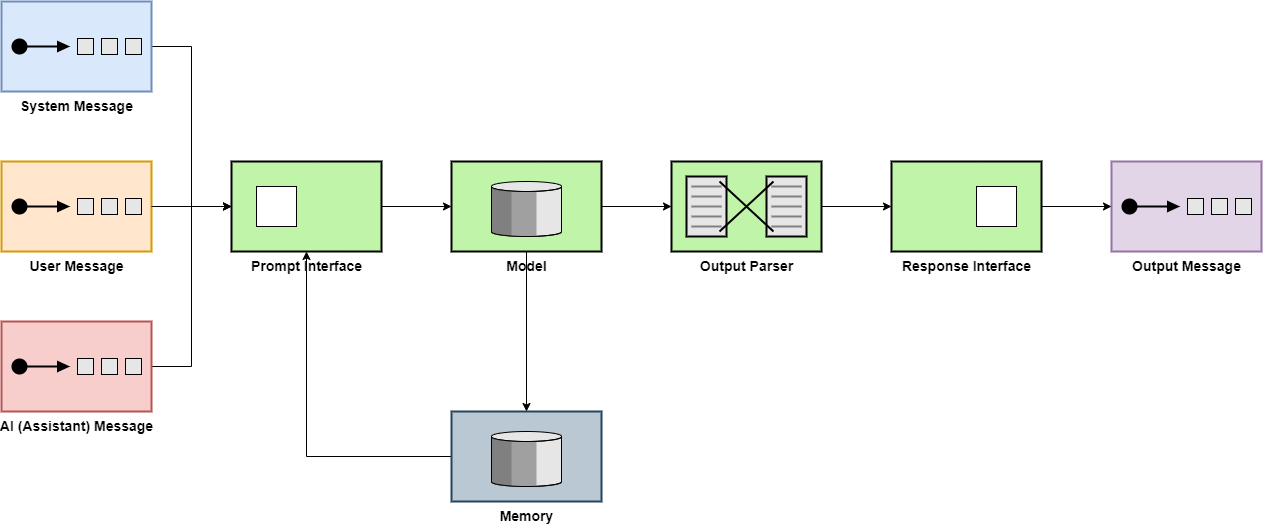
hsienhsinlee/ws2-defenders keeps this draw.io diagram as incident-response/images/LLM application with memory.png. Above is the earlier version. Source tidied: cells renumbered, new cells last; positions are measured from the earlier drawing's top-left corner, leaving out a move shared by most shapes.
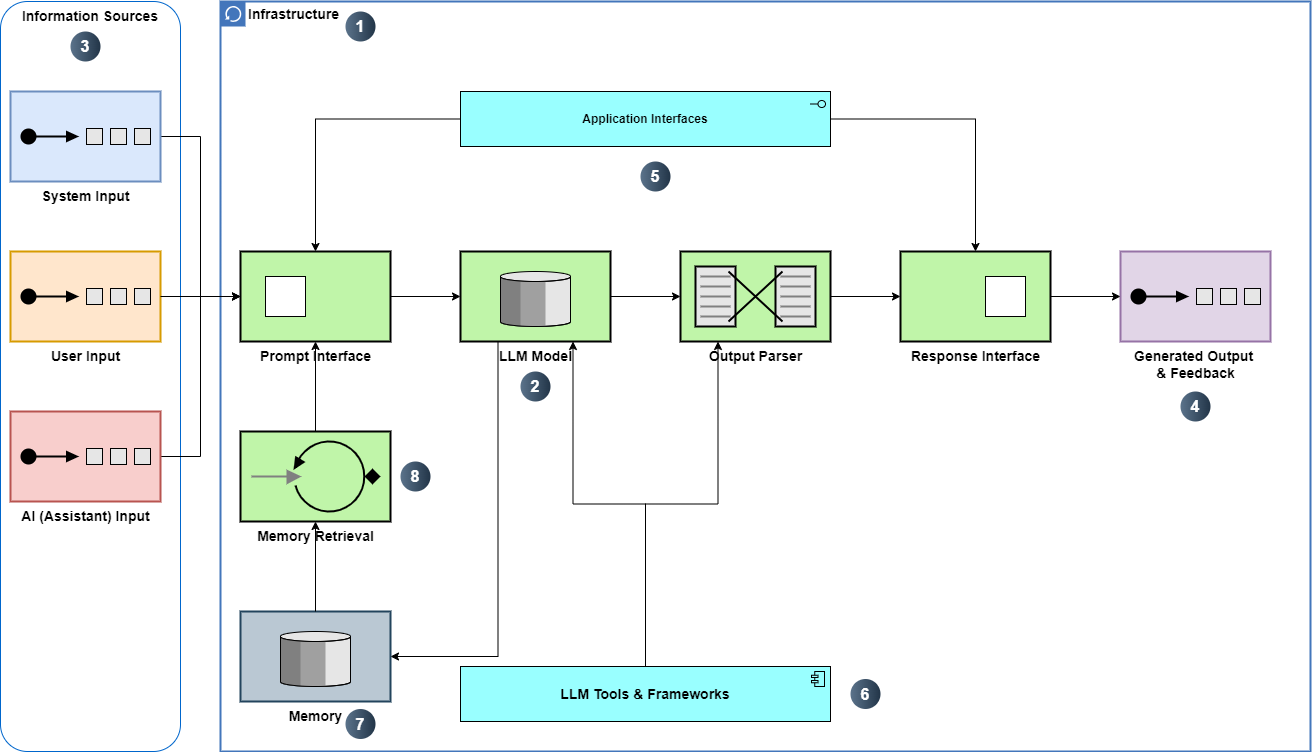
After the change.

The edit, as a diff of the source:
```diff
@@ -2,65 +2,122 @@
   <root>
     <mxCell id="0" />
     <mxCell id="1" parent="0" />
+    <mxCell id="22" style="rounded=1;whiteSpace=wrap;html=1;strokeColor=#0066CC;" parent="1" vertex="1">
+      <mxGeometry x="-10" y="-70" width="180" height="750" as="geometry" />
+    </mxCell>
+    <mxCell id="23" value="&lt;b&gt;&lt;font style=&quot;font-size: 14px;&quot;&gt;Infrastructure&lt;/font&gt;&lt;/b&gt;" style="shape=mxgraph.ibm.box;prType=classic;fontStyle=0;verticalAlign=top;align=left;spacingLeft=32;spacingTop=4;fillColor=none;rounded=0;whiteSpace=wrap;html=1;strokeColor=#4376BB;strokeWidth=2;dashed=0;spacing=-4;" parent="1" vertex="1">
+      <mxGeometry x="210" y="-70" width="1090" height="750" as="geometry" />
+    </mxCell>
-    <mxCell id="2" style="edgeStyle=orthogonalEdgeStyle;rounded=0;jettySize=auto;html=1;exitX=1;exitY=0.5;exitDx=0;exitDy=0;exitPerimeter=0;entryX=0;entryY=0.5;entryDx=0;entryDy=0;" parent="1" edge="1" source="3" target="6">
+    <mxCell id="2" style="edgeStyle=orthogonalEdgeStyle;rounded=0;jettySize=auto;html=1;exitX=1;exitY=0.5;exitDx=0;exitDy=0;exitPerimeter=0;entryX=0;entryY=0.5;entryDx=0;entryDy=0;" parent="23" edge="1" source="3" target="6">
       <mxGeometry relative="1" as="geometry" />
     </mxCell>
-    <mxCell id="3" value="&lt;font style=&quot;font-size: 14px;&quot;&gt;&lt;b style=&quot;&quot;&gt;System Message&lt;/b&gt;&lt;/font&gt;" style="html=1;strokeWidth=2;outlineConnect=0;dashed=0;align=center;fontSize=8;verticalLabelPosition=bottom;verticalAlign=top;shape=mxgraph.eip.test_message;fillColor=#dae8fc;strokeColor=#6c8ebf;" parent="1" vertex="1">
-      <mxGeometry width="150" height="90" as="geometry" />
+    <mxCell id="3" value="&lt;font style=&quot;font-size: 14px;&quot;&gt;&lt;b style=&quot;&quot;&gt;System Input&lt;/b&gt;&lt;/font&gt;" style="html=1;strokeWidth=2;outlineConnect=0;dashed=0;align=center;fontSize=8;verticalLabelPosition=bottom;verticalAlign=top;shape=mxgraph.eip.test_message;fillColor=#dae8fc;strokeColor=#6c8ebf;" parent="23" vertex="1">
+      <mxGeometry x="-210" y="90" width="150" height="90" as="geometry" />
     </mxCell>
-    <mxCell id="4" value="&lt;font style=&quot;font-size: 14px;&quot;&gt;&lt;b style=&quot;&quot;&gt;User Message&lt;/b&gt;&lt;/font&gt;" style="html=1;strokeWidth=2;outlineConnect=0;dashed=0;align=center;fontSize=8;verticalLabelPosition=bottom;verticalAlign=top;shape=mxgraph.eip.test_message;fillColor=#ffe6cc;strokeColor=#d79b00;" parent="1" vertex="1">
-      <mxGeometry y="160" width="150" height="90" as="geometry" />
+    <mxCell id="4" value="&lt;font style=&quot;font-size: 14px;&quot;&gt;&lt;b style=&quot;&quot;&gt;User Input&lt;/b&gt;&lt;/font&gt;" style="html=1;strokeWidth=2;outlineConnect=0;dashed=0;align=center;fontSize=8;verticalLabelPosition=bottom;verticalAlign=top;shape=mxgraph.eip.test_message;fillColor=#ffe6cc;strokeColor=#d79b00;" parent="23" vertex="1">
+      <mxGeometry x="-210" y="250" width="150" height="90" as="geometry" />
     </mxCell>
-    <mxCell id="5" style="edgeStyle=orthogonalEdgeStyle;rounded=0;jettySize=auto;html=1;exitX=1;exitY=0.5;exitDx=0;exitDy=0;" parent="1" edge="1" source="6" target="9">
+    <mxCell id="5" style="edgeStyle=orthogonalEdgeStyle;rounded=0;jettySize=auto;html=1;exitX=1;exitY=0.5;exitDx=0;exitDy=0;" parent="23" edge="1" source="6" target="9">
       <mxGeometry relative="1" as="geometry" />
     </mxCell>
-    <mxCell id="6" value="&lt;font style=&quot;font-size: 14px;&quot;&gt;&lt;b style=&quot;&quot;&gt;Prompt Interface&lt;/b&gt;&lt;/font&gt;" style="strokeWidth=2;dashed=0;align=center;fontSize=8;shape=rect;verticalLabelPosition=bottom;verticalAlign=top;fillColor=#c0f5a9;html=1;" parent="1" vertex="1">
-      <mxGeometry x="230" y="160" width="150" height="90" as="geometry" />
+    <mxCell id="6" value="&lt;font style=&quot;font-size: 14px;&quot;&gt;&lt;b style=&quot;&quot;&gt;Prompt Interface&lt;/b&gt;&lt;/font&gt;" style="strokeWidth=2;dashed=0;align=center;fontSize=8;shape=rect;verticalLabelPosition=bottom;verticalAlign=top;fillColor=#c0f5a9;html=1;" parent="23" vertex="1">
+      <mxGeometry x="20" y="250" width="150" height="90" as="geometry" />
     </mxCell>
     <mxCell id="7" style="html=1;strokeWidth=1;dashed=0;align=center;fontSize=8;shape=rect;" parent="6" vertex="1">
       <mxGeometry x="25" y="25" width="40" height="40" as="geometry" />
     </mxCell>
-    <mxCell id="8" style="edgeStyle=orthogonalEdgeStyle;rounded=0;jettySize=auto;html=1;exitX=1;exitY=0.5;exitDx=0;exitDy=0;exitPerimeter=0;entryX=0;entryY=0.5;entryDx=0;entryDy=0;" parent="1" edge="1" source="4" target="6">
+    <mxCell id="8" style="edgeStyle=orthogonalEdgeStyle;rounded=0;jettySize=auto;html=1;exitX=1;exitY=0.5;exitDx=0;exitDy=0;exitPerimeter=0;entryX=0;entryY=0.5;entryDx=0;entryDy=0;" parent="23" edge="1" source="4" target="6">
       <mxGeometry relative="1" as="geometry" />
     </mxCell>
-    <mxCell id="9" value="&lt;b&gt;&lt;font style=&quot;font-size: 14px;&quot;&gt;Model&lt;/font&gt;&lt;/b&gt;" style="html=1;strokeWidth=2;outlineConnect=0;dashed=0;align=center;fontSize=8;verticalLabelPosition=bottom;verticalAlign=top;shape=mxgraph.eip.message_store;fillColor=#c0f5a9;" parent="1" vertex="1">
-      <mxGeometry x="450" y="160" width="150" height="90" as="geometry" />
+    <mxCell id="9" value="&lt;b&gt;&lt;font style=&quot;font-size: 14px;&quot;&gt;LLM Model&lt;/font&gt;&lt;/b&gt;" style="html=1;strokeWidth=2;outlineConnect=0;dashed=0;align=center;fontSize=8;verticalLabelPosition=bottom;verticalAlign=top;shape=mxgraph.eip.message_store;fillColor=#c0f5a9;" parent="23" vertex="1">
+      <mxGeometry x="240" y="250" width="150" height="90" as="geometry" />
     </mxCell>
-    <mxCell id="10" style="edgeStyle=orthogonalEdgeStyle;rounded=0;jettySize=auto;html=1;exitX=1;exitY=0.5;exitDx=0;exitDy=0;exitPerimeter=0;entryX=0;entryY=0.5;entryDx=0;entryDy=0;" parent="1" edge="1" source="11" target="13">
+    <mxCell id="10" style="edgeStyle=orthogonalEdgeStyle;rounded=0;jettySize=auto;html=1;exitX=1;exitY=0.5;exitDx=0;exitDy=0;exitPerimeter=0;entryX=0;entryY=0.5;entryDx=0;entryDy=0;" parent="23" edge="1" source="11" target="13">
       <mxGeometry relative="1" as="geometry" />
     </mxCell>
-    <mxCell id="11" value="&lt;font style=&quot;font-size: 14px;&quot;&gt;&lt;b&gt;Output Parser&lt;/b&gt;&lt;/font&gt;" style="html=1;strokeWidth=2;outlineConnect=0;dashed=0;align=center;fontSize=8;shape=mxgraph.eip.message_translator;fillColor=#c0f5a9;verticalLabelPosition=bottom;verticalAlign=top;" parent="1" vertex="1">
-      <mxGeometry x="670" y="160" width="150" height="90" as="geometry" />
+    <mxCell id="11" value="&lt;font style=&quot;font-size: 14px;&quot;&gt;&lt;b&gt;Output Parser&lt;/b&gt;&lt;/font&gt;" style="html=1;strokeWidth=2;outlineConnect=0;dashed=0;align=center;fontSize=8;shape=mxgraph.eip.message_translator;fillColor=#c0f5a9;verticalLabelPosition=bottom;verticalAlign=top;" parent="23" vertex="1">
+      <mxGeometry x="460" y="250" width="150" height="90" as="geometry" />
     </mxCell>
-    <mxCell id="12" style="edgeStyle=orthogonalEdgeStyle;rounded=0;jettySize=auto;html=1;exitX=1;exitY=0.5;exitDx=0;exitDy=0;exitPerimeter=0;entryX=0;entryY=0.5;entryDx=0;entryDy=0;entryPerimeter=0;" parent="1" edge="1" source="9" target="11">
+    <mxCell id="12" style="edgeStyle=orthogonalEdgeStyle;rounded=0;jettySize=auto;html=1;exitX=1;exitY=0.5;exitDx=0;exitDy=0;exitPerimeter=0;entryX=0;entryY=0.5;entryDx=0;entryDy=0;entryPerimeter=0;" parent="23" edge="1" source="9" target="11">
       <mxGeometry relative="1" as="geometry" />
     </mxCell>
-    <mxCell id="13" value="&lt;b&gt;&lt;font style=&quot;font-size: 14px;&quot;&gt;Response Interface&lt;/font&gt;&lt;/b&gt;" style="strokeWidth=2;dashed=0;align=center;fontSize=8;shape=rect;verticalLabelPosition=bottom;verticalAlign=top;fillColor=#c0f5a9;html=1;" parent="1" vertex="1">
-      <mxGeometry x="890" y="160" width="150" height="90" as="geometry" />
+    <mxCell id="13" value="&lt;b&gt;&lt;font style=&quot;font-size: 14px;&quot;&gt;Response Interface&lt;/font&gt;&lt;/b&gt;" style="strokeWidth=2;dashed=0;align=center;fontSize=8;shape=rect;verticalLabelPosition=bottom;verticalAlign=top;fillColor=#c0f5a9;html=1;" parent="23" vertex="1">
+      <mxGeometry x="680" y="250" width="150" height="90" as="geometry" />
     </mxCell>
     <mxCell id="14" style="html=1;strokeWidth=1;dashed=0;align=center;fontSize=8;shape=rect;" parent="13" vertex="1">
       <mxGeometry x="85" y="25" width="40" height="40" as="geometry" />
     </mxCell>
-    <mxCell id="15" value="&lt;b&gt;&lt;font style=&quot;font-size: 14px;&quot;&gt;Output Message&lt;/font&gt;&lt;/b&gt;" style="html=1;strokeWidth=2;outlineConnect=0;dashed=0;align=center;fontSize=8;verticalLabelPosition=bottom;verticalAlign=top;shape=mxgraph.eip.test_message;fillColor=#e1d5e7;strokeColor=#9673a6;" parent="1" vertex="1">
-      <mxGeometry x="1110" y="160" width="150" height="90" as="geometry" />
+    <mxCell id="15" value="&lt;font style=&quot;font-size: 14px;&quot;&gt;&lt;b&gt;Generated Output&amp;nbsp;&lt;/b&gt;&lt;/font&gt;&lt;div&gt;&lt;font style=&quot;font-size: 14px;&quot;&gt;&lt;b&gt;&amp;amp; Feedback&lt;/b&gt;&lt;/font&gt;&lt;/div&gt;" style="html=1;strokeWidth=2;outlineConnect=0;dashed=0;align=center;fontSize=8;verticalLabelPosition=bottom;verticalAlign=top;shape=mxgraph.eip.test_message;fillColor=#e1d5e7;strokeColor=#9673a6;" parent="23" vertex="1">
+      <mxGeometry x="900" y="250" width="150" height="90" as="geometry" />
     </mxCell>
-    <mxCell id="16" style="edgeStyle=orthogonalEdgeStyle;rounded=0;jettySize=auto;html=1;exitX=1;exitY=0.5;exitDx=0;exitDy=0;entryX=0;entryY=0.5;entryDx=0;entryDy=0;entryPerimeter=0;" parent="1" edge="1" source="13" target="15">
+    <mxCell id="16" style="edgeStyle=orthogonalEdgeStyle;rounded=0;jettySize=auto;html=1;exitX=1;exitY=0.5;exitDx=0;exitDy=0;entryX=0;entryY=0.5;entryDx=0;entryDy=0;entryPerimeter=0;" parent="23" edge="1" source="13" target="15">
       <mxGeometry relative="1" as="geometry" />
     </mxCell>
-    <mxCell id="17" style="edgeStyle=orthogonalEdgeStyle;rounded=0;jettySize=auto;html=1;exitX=1;exitY=0.5;exitDx=0;exitDy=0;exitPerimeter=0;entryX=0;entryY=0.5;entryDx=0;entryDy=0;" parent="1" edge="1" source="18" target="6">
+    <mxCell id="17" style="edgeStyle=orthogonalEdgeStyle;rounded=0;jettySize=auto;html=1;exitX=1;exitY=0.5;exitDx=0;exitDy=0;exitPerimeter=0;entryX=0;entryY=0.5;entryDx=0;entryDy=0;" parent="23" edge="1" source="18" target="6">
       <mxGeometry relative="1" as="geometry" />
     </mxCell>
-    <mxCell id="18" value="&lt;font style=&quot;font-size: 14px;&quot;&gt;&lt;b style=&quot;&quot;&gt;AI (Assistant) Message&lt;/b&gt;&lt;/font&gt;" style="html=1;strokeWidth=2;outlineConnect=0;dashed=0;align=center;fontSize=8;verticalLabelPosition=bottom;verticalAlign=top;shape=mxgraph.eip.test_message;fillColor=#f8cecc;strokeColor=#b85450;" parent="1" vertex="1">
-      <mxGeometry y="320" width="150" height="90" as="geometry" />
+    <mxCell id="18" value="&lt;font style=&quot;font-size: 14px;&quot;&gt;&lt;b style=&quot;&quot;&gt;AI (Assistant) Input&lt;/b&gt;&lt;/font&gt;" style="html=1;strokeWidth=2;outlineConnect=0;dashed=0;align=center;fontSize=8;verticalLabelPosition=bottom;verticalAlign=top;shape=mxgraph.eip.test_message;fillColor=#f8cecc;strokeColor=#b85450;" parent="23" vertex="1">
+      <mxGeometry x="-210" y="410" width="150" height="90" as="geometry" />
     </mxCell>
-    <mxCell id="19" style="edgeStyle=orthogonalEdgeStyle;rounded=0;jettySize=auto;html=1;exitX=0;exitY=0.5;exitDx=0;exitDy=0;exitPerimeter=0;entryX=0.5;entryY=1;entryDx=0;entryDy=0;" parent="1" edge="1" source="20" target="6">
-      <mxGeometry relative="1" as="geometry" />
-    </mxCell>
+    <mxCell id="24" style="edgeStyle=orthogonalEdgeStyle;rounded=0;jettySize=auto;html=1;" parent="23" edge="1" source="26" target="6">
+      <mxGeometry relative="1" as="geometry" />
+    </mxCell>
+    <mxCell id="25" style="edgeStyle=orthogonalEdgeStyle;rounded=0;jettySize=auto;html=1;exitX=1;exitY=0.5;exitDx=0;exitDy=0;exitPerimeter=0;" parent="23" edge="1" source="26" target="13">
+      <mxGeometry relative="1" as="geometry" />
+    </mxCell>
+    <mxCell id="26" value="&lt;b&gt;Application Interfaces&lt;/b&gt;" style="html=1;outlineConnect=0;whiteSpace=wrap;fillColor=#99ffff;shape=mxgraph.archimate3.application;appType=interface;archiType=square;" parent="23" vertex="1">
+      <mxGeometry x="240" y="90" width="370" height="55" as="geometry" />
+    </mxCell>
+    <mxCell id="27" style="edgeStyle=orthogonalEdgeStyle;rounded=0;jettySize=auto;html=1;exitX=0.5;exitY=0;exitDx=0;exitDy=0;exitPerimeter=0;entryX=0.25;entryY=1;entryDx=0;entryDy=0;entryPerimeter=0;" parent="23" edge="1" source="28" target="11">
+      <mxGeometry relative="1" as="geometry" />
+    </mxCell>
+    <mxCell id="28" value="&lt;b&gt;&lt;font style=&quot;font-size: 14px;&quot;&gt;LLM Tools &amp;amp; Frameworks&lt;/font&gt;&lt;/b&gt;" style="html=1;outlineConnect=0;whiteSpace=wrap;fillColor=#99ffff;shape=mxgraph.archimate3.application;appType=comp;archiType=square;" parent="23" vertex="1">
+      <mxGeometry x="240" y="665" width="370" height="55" as="geometry" />
+    </mxCell>
+    <mxCell id="29" style="edgeStyle=orthogonalEdgeStyle;rounded=0;jettySize=auto;html=1;exitX=0.5;exitY=0;exitDx=0;exitDy=0;exitPerimeter=0;entryX=0.75;entryY=1;entryDx=0;entryDy=0;entryPerimeter=0;" parent="23" edge="1" source="28" target="9">
+      <mxGeometry relative="1" as="geometry" />
+    </mxCell>
-    <mxCell id="20" value="&lt;b&gt;&lt;font style=&quot;font-size: 14px;&quot;&gt;Memory&lt;/font&gt;&lt;/b&gt;" style="html=1;strokeWidth=2;outlineConnect=0;dashed=0;align=center;fontSize=8;verticalLabelPosition=bottom;verticalAlign=top;shape=mxgraph.eip.message_store;fillColor=#bac8d3;strokeColor=#23445d;" parent="1" vertex="1">
-      <mxGeometry x="450" y="410" width="150" height="90" as="geometry" />
+    <mxCell id="20" value="&lt;b&gt;&lt;font style=&quot;font-size: 14px;&quot;&gt;Memory&lt;/font&gt;&lt;/b&gt;" style="html=1;strokeWidth=2;outlineConnect=0;dashed=0;align=center;fontSize=8;verticalLabelPosition=bottom;verticalAlign=top;shape=mxgraph.eip.message_store;fillColor=#bac8d3;strokeColor=#23445d;" parent="23" vertex="1">
+      <mxGeometry x="20" y="610" width="150" height="90" as="geometry" />
     </mxCell>
-    <mxCell id="21" style="edgeStyle=orthogonalEdgeStyle;rounded=0;jettySize=auto;html=1;exitX=0.5;exitY=1;exitDx=0;exitDy=0;exitPerimeter=0;entryX=0.5;entryY=0;entryDx=0;entryDy=0;entryPerimeter=0;" parent="1" edge="1" source="9" target="20">
+    <mxCell id="21" style="edgeStyle=orthogonalEdgeStyle;rounded=0;jettySize=auto;html=1;exitX=0.25;exitY=1;exitDx=0;exitDy=0;exitPerimeter=0;entryX=1;entryY=0.5;entryDx=0;entryDy=0;entryPerimeter=0;" parent="23" edge="1" source="9" target="20">
       <mxGeometry relative="1" as="geometry" />
     </mxCell>
+    <mxCell id="30" value="1" style="ellipse;whiteSpace=wrap;html=1;rotation=0;gradientColor=#223548;strokeColor=none;gradientDirection=east;fillColor=#5b738b;rounded=0;fontFamily=Helvetica;fontSize=16;fontColor=#FFFFFF;spacingTop=4;spacingBottom=4;spacingLeft=4;spacingRight=4;fontStyle=1;" parent="23" vertex="1">
+      <mxGeometry x="125" y="10" width="30" height="30" as="geometry" />
+    </mxCell>
+    <mxCell id="31" value="2" style="ellipse;whiteSpace=wrap;html=1;rotation=0;gradientColor=#223548;strokeColor=none;gradientDirection=east;fillColor=#5b738b;rounded=0;fontFamily=Helvetica;fontSize=16;fontColor=#FFFFFF;spacingTop=4;spacingBottom=4;spacingLeft=4;spacingRight=4;fontStyle=1;" parent="23" vertex="1">
+      <mxGeometry x="300" y="370" width="30" height="30" as="geometry" />
+    </mxCell>
+    <mxCell id="32" value="4" style="ellipse;whiteSpace=wrap;html=1;rotation=0;gradientColor=#223548;strokeColor=none;gradientDirection=east;fillColor=#5b738b;rounded=0;fontFamily=Helvetica;fontSize=16;fontColor=#FFFFFF;spacingTop=4;spacingBottom=4;spacingLeft=4;spacingRight=4;fontStyle=1;" parent="23" vertex="1">
+      <mxGeometry x="960" y="390" width="30" height="30" as="geometry" />
+    </mxCell>
+    <mxCell id="33" value="5" style="ellipse;whiteSpace=wrap;html=1;rotation=0;gradientColor=#223548;strokeColor=none;gradientDirection=east;fillColor=#5b738b;rounded=0;fontFamily=Helvetica;fontSize=16;fontColor=#FFFFFF;spacingTop=4;spacingBottom=4;spacingLeft=4;spacingRight=4;fontStyle=1;" parent="23" vertex="1">
+      <mxGeometry x="420" y="160" width="30" height="30" as="geometry" />
+    </mxCell>
+    <mxCell id="34" value="6" style="ellipse;whiteSpace=wrap;html=1;rotation=0;gradientColor=#223548;strokeColor=none;gradientDirection=east;fillColor=#5b738b;rounded=0;fontFamily=Helvetica;fontSize=16;fontColor=#FFFFFF;spacingTop=4;spacingBottom=4;spacingLeft=4;spacingRight=4;fontStyle=1;" parent="23" vertex="1">
+      <mxGeometry x="630" y="677.5" width="30" height="30" as="geometry" />
+    </mxCell>
+    <mxCell id="35" value="7" style="ellipse;whiteSpace=wrap;html=1;rotation=0;gradientColor=#223548;strokeColor=none;gradientDirection=east;fillColor=#5b738b;rounded=0;fontFamily=Helvetica;fontSize=16;fontColor=#FFFFFF;spacingTop=4;spacingBottom=4;spacingLeft=4;spacingRight=4;fontStyle=1;" parent="23" vertex="1">
+      <mxGeometry x="125" y="707.5" width="30" height="30" as="geometry" />
+    </mxCell>
+    <mxCell id="36" style="edgeStyle=orthogonalEdgeStyle;rounded=0;jettySize=auto;html=1;exitX=0.5;exitY=0;exitDx=0;exitDy=0;exitPerimeter=0;" parent="23" edge="1" source="37" target="6">
+      <mxGeometry relative="1" as="geometry" />
+    </mxCell>
+    <mxCell id="37" value="&lt;b&gt;&lt;font style=&quot;font-size: 14px;&quot;&gt;Memory Retrieval&lt;/font&gt;&lt;/b&gt;" style="fillColor=#c0f5a9;dashed=0;outlineConnect=0;strokeWidth=2;html=1;align=center;fontSize=8;verticalLabelPosition=bottom;verticalAlign=top;shape=mxgraph.eip.polling_consumer;" parent="23" vertex="1">
+      <mxGeometry x="20" y="430" width="150" height="90" as="geometry" />
+    </mxCell>
+    <mxCell id="38" style="edgeStyle=orthogonalEdgeStyle;rounded=0;jettySize=auto;html=1;exitX=0.5;exitY=0;exitDx=0;exitDy=0;exitPerimeter=0;entryX=0.5;entryY=1;entryDx=0;entryDy=0;entryPerimeter=0;" parent="23" edge="1" source="20" target="37">
+      <mxGeometry relative="1" as="geometry" />
+    </mxCell>
+    <mxCell id="39" value="8" style="ellipse;whiteSpace=wrap;html=1;rotation=0;gradientColor=#223548;strokeColor=none;gradientDirection=east;fillColor=#5b738b;rounded=0;fontFamily=Helvetica;fontSize=16;fontColor=#FFFFFF;spacingTop=4;spacingBottom=4;spacingLeft=4;spacingRight=4;fontStyle=1;" parent="23" vertex="1">
+      <mxGeometry x="180" y="460" width="30" height="30" as="geometry" />
+    </mxCell>
+    <mxCell id="40" value="&lt;font style=&quot;font-size: 14px;&quot;&gt;&lt;b&gt;Information Sources&lt;/b&gt;&lt;/font&gt;" style="text;strokeColor=none;align=center;fillColor=none;html=1;verticalAlign=middle;whiteSpace=wrap;rounded=0;" parent="1" vertex="1">
+      <mxGeometry y="-70" width="160" height="30" as="geometry" />
+    </mxCell>
+    <mxCell id="41" value="3" style="ellipse;whiteSpace=wrap;html=1;rotation=0;gradientColor=#223548;strokeColor=none;gradientDirection=east;fillColor=#5b738b;rounded=0;fontFamily=Helvetica;fontSize=16;fontColor=#FFFFFF;spacingTop=4;spacingBottom=4;spacingLeft=4;spacingRight=4;fontStyle=1;" parent="1" vertex="1">
+      <mxGeometry x="60" y="-40" width="30" height="30" as="geometry" />
+    </mxCell>
   </root>
 </mxGraphModel>
```
